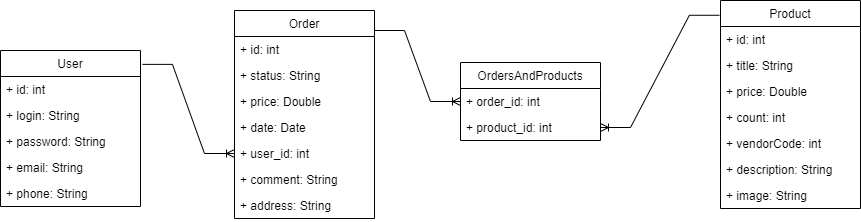
This is SQLDataModel.png from moevm/nosql2h21-fisherman, a draw.io export, as it was before one commit. Source tidied: cells renumbered, new cells last; positions are measured from the earlier drawing's top-left corner, leaving out a move shared by most shapes.
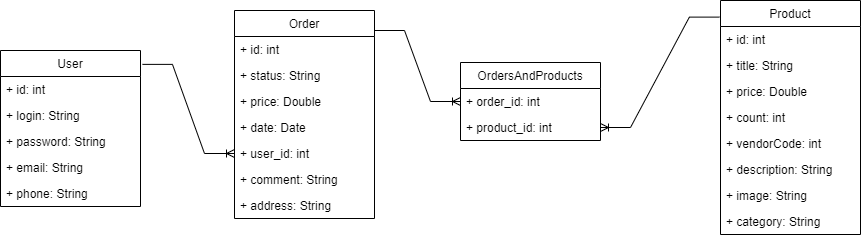
After the commit.

Commit message:
Add "category" to product

Diff of the diagram source:
```diff
@@ -3,7 +3,7 @@
     <mxCell id="0" />
     <mxCell id="1" parent="0" />
     <mxCell id="2" value="Product" style="swimlane;fontStyle=0;horizontal=1;startSize=26;fillColor=none;" parent="1" vertex="1">
-      <mxGeometry x="720" width="140" height="208" as="geometry" />
+      <mxGeometry x="720" width="140" height="234" as="geometry" />
     </mxCell>
     <mxCell id="3" value="+ id: int" style="text;strokeColor=none;fillColor=none;align=left;verticalAlign=top;spacingLeft=4;spacingRight=4;overflow=hidden;" parent="2" vertex="1">
       <mxGeometry y="26" width="140" height="26" as="geometry" />
@@ -26,6 +26,9 @@
     <mxCell id="9" value="+ image: String" style="text;strokeColor=none;fillColor=none;align=left;verticalAlign=top;spacingLeft=4;spacingRight=4;overflow=hidden;" parent="2" vertex="1">
       <mxGeometry y="182" width="140" height="26" as="geometry" />
     </mxCell>
+    <mxCell id="30" value="+ category: String" style="text;strokeColor=none;fillColor=none;align=left;verticalAlign=top;spacingLeft=4;spacingRight=4;overflow=hidden;" parent="2" vertex="1">
+      <mxGeometry y="208" width="140" height="26" as="geometry" />
+    </mxCell>
     <mxCell id="10" value="User" style="swimlane;fontStyle=0;horizontal=1;startSize=26;fillColor=none;" parent="1" vertex="1">
       <mxGeometry y="50" width="140" height="156" as="geometry" />
     </mxCell>
```
